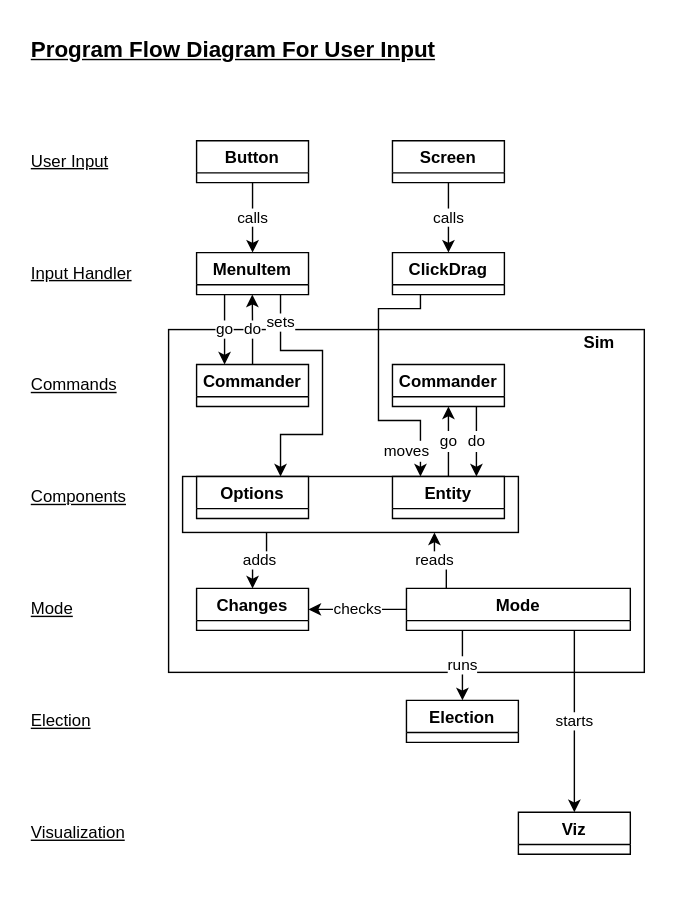
paretoman/votekit keeps this draw.io diagram as tutorial/programFlow.drawio.svg. Above is the earlier version. Source tidied: cells renumbered, new cells last; positions are measured from the earlier drawing's top-left corner, leaving out a move shared by most shapes.
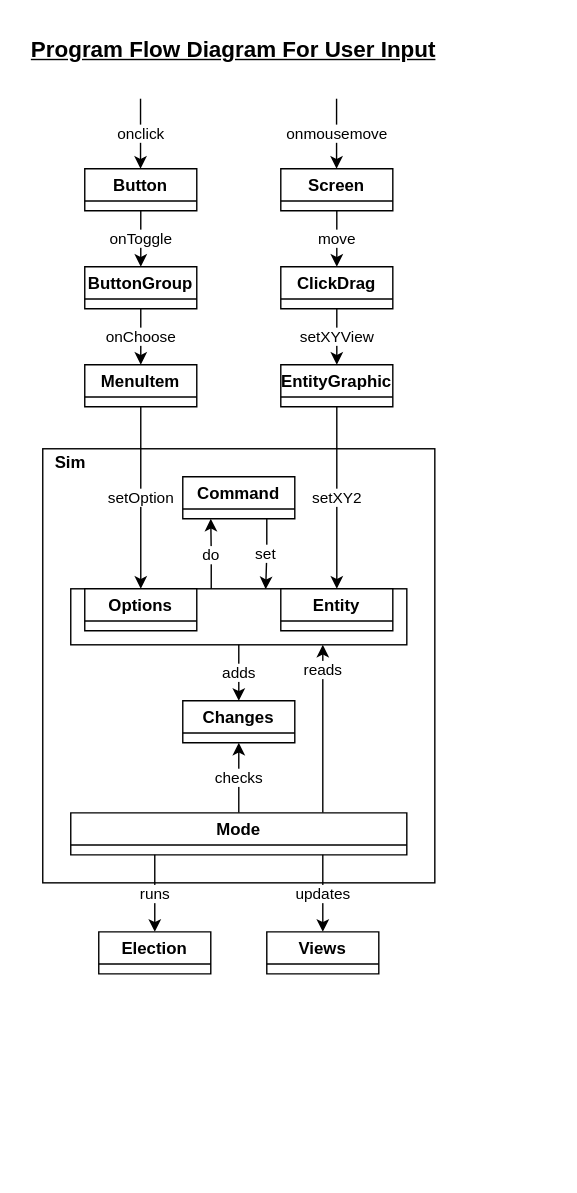
After the change.

Commit message:
Program flow diagram updated.

Change to the diagram source:
```diff
@@ -3,132 +3,121 @@
     <mxCell id="0" />
     <mxCell id="1" parent="0" />
     <mxCell id="2" style="rounded=0;whiteSpace=wrap;html=1;fontSize=16;strokeColor=none;fillColor=default;" parent="1" vertex="1">
-      <mxGeometry width="480" height="640" as="geometry" />
+      <mxGeometry width="410" height="850" as="geometry" />
     </mxCell>
     <mxCell id="3" style="rounded=0;whiteSpace=wrap;html=1;" parent="1" vertex="1">
-      <mxGeometry x="120" y="235" width="340" height="245" as="geometry" />
+      <mxGeometry x="30" y="320" width="280" height="310" as="geometry" />
     </mxCell>
+    <mxCell id="39" value="do" style="edgeStyle=orthogonalEdgeStyle;rounded=0;jettySize=auto;html=1;exitX=0.418;exitY=0.064;exitDx=0;exitDy=0;exitPerimeter=0;" parent="1" edge="1" source="4">
+      <mxGeometry relative="1" as="geometry">
+        <mxPoint x="150" y="370" as="targetPoint" />
+      </mxGeometry>
+    </mxCell>
     <mxCell id="4" style="rounded=0;whiteSpace=wrap;html=1;" parent="1" vertex="1">
-      <mxGeometry x="130" y="340" width="240" height="40" as="geometry" />
+      <mxGeometry x="50" y="420" width="240" height="40" as="geometry" />
     </mxCell>
-    <mxCell id="5" value="calls" style="edgeStyle=orthogonalEdgeStyle;rounded=0;jettySize=auto;html=1;exitX=0.5;exitY=1;exitDx=0;exitDy=0;entryX=0.5;entryY=0;entryDx=0;entryDy=0;" parent="1" edge="1" source="6" target="8">
+    <mxCell id="5" value="move" style="edgeStyle=orthogonalEdgeStyle;rounded=0;jettySize=auto;html=1;exitX=0.5;exitY=1;exitDx=0;exitDy=0;entryX=0.5;entryY=0;entryDx=0;entryDy=0;" parent="1" edge="1" source="6" target="8">
       <mxGeometry relative="1" as="geometry" />
     </mxCell>
     <mxCell id="6" value="Screen" style="swimlane;startSize=23;" parent="1" vertex="1" collapsed="1">
-      <mxGeometry x="280" y="100" width="80" height="30" as="geometry" />
+      <mxGeometry x="200" y="120" width="80" height="30" as="geometry" />
     </mxCell>
-    <mxCell id="7" value="&lt;font style=&quot;font-size: 11px;&quot;&gt;moves&lt;/font&gt;" style="edgeStyle=orthogonalEdgeStyle;rounded=0;jettySize=auto;html=1;entryX=0.25;entryY=0;entryDx=0;entryDy=0;fontSize=12;" parent="1" edge="1" target="13">
-      <mxGeometry x="0.81" y="-10" relative="1" as="geometry">
-        <mxPoint x="300" y="210" as="sourcePoint" />
-        <Array as="points">
-          <mxPoint x="300" y="220" />
-          <mxPoint x="270" y="220" />
-          <mxPoint x="270" y="300" />
-          <mxPoint x="300" y="300" />
-        </Array>
-      </mxGeometry>
-    </mxCell>
+    <mxCell id="40" value="setXYView" style="edgeStyle=orthogonalEdgeStyle;rounded=0;jettySize=auto;html=1;exitX=0.5;exitY=1;exitDx=0;exitDy=0;entryX=0.5;entryY=0;entryDx=0;entryDy=0;" parent="1" edge="1" source="8" target="45">
+      <mxGeometry relative="1" as="geometry" />
+    </mxCell>
     <mxCell id="8" value="ClickDrag" style="swimlane;startSize=23;" parent="1" vertex="1" collapsed="1">
-      <mxGeometry x="280" y="180" width="80" height="30" as="geometry" />
+      <mxGeometry x="200" y="190" width="80" height="30" as="geometry" />
     </mxCell>
-    <mxCell id="9" value="calls" style="edgeStyle=orthogonalEdgeStyle;rounded=0;jettySize=auto;html=1;exitX=0.5;exitY=1;exitDx=0;exitDy=0;entryX=0.5;entryY=0;entryDx=0;entryDy=0;" parent="1" edge="1" source="10" target="38">
-      <mxGeometry relative="1" as="geometry" />
-    </mxCell>
+    <mxCell id="41" value="onToggle" style="edgeStyle=orthogonalEdgeStyle;rounded=0;jettySize=auto;html=1;exitX=0.5;exitY=1;exitDx=0;exitDy=0;entryX=0.5;entryY=0;entryDx=0;entryDy=0;" parent="1" edge="1" source="10" target="49">
+      <mxGeometry relative="1" as="geometry" />
+    </mxCell>
     <mxCell id="10" value="Button" style="swimlane;startSize=23;" parent="1" vertex="1" collapsed="1">
-      <mxGeometry x="140" y="100" width="80" height="30" as="geometry" />
+      <mxGeometry x="60" y="120" width="80" height="30" as="geometry" />
     </mxCell>
-    <mxCell id="11" value="adds" style="edgeStyle=orthogonalEdgeStyle;rounded=0;jettySize=auto;html=1;entryX=0.5;entryY=0;entryDx=0;entryDy=0;exitX=0.25;exitY=1;exitDx=0;exitDy=0;" parent="1" edge="1" source="4" target="14">
+    <mxCell id="11" value="adds" style="edgeStyle=orthogonalEdgeStyle;rounded=0;jettySize=auto;html=1;entryX=0.5;entryY=0;entryDx=0;entryDy=0;exitX=0.5;exitY=1;exitDx=0;exitDy=0;" parent="1" edge="1" source="4" target="14">
       <mxGeometry relative="1" as="geometry" />
     </mxCell>
-    <mxCell id="12" value="&lt;font style=&quot;font-size: 11px;&quot;&gt;go&lt;/font&gt;" style="edgeStyle=orthogonalEdgeStyle;rounded=0;jettySize=auto;html=1;exitX=0.5;exitY=0;exitDx=0;exitDy=0;entryX=0.5;entryY=1;entryDx=0;entryDy=0;fontSize=12;" parent="1" edge="1" source="13" target="32">
-      <mxGeometry relative="1" as="geometry" />
-    </mxCell>
     <mxCell id="13" value="Entity" style="swimlane;startSize=23;" parent="1" vertex="1" collapsed="1">
-      <mxGeometry x="280" y="340" width="80" height="30" as="geometry" />
+      <mxGeometry x="200" y="420" width="80" height="30" as="geometry" />
     </mxCell>
     <mxCell id="14" value="Changes" style="swimlane;startSize=23;" parent="1" vertex="1" collapsed="1">
-      <mxGeometry x="140" y="420" width="80" height="30" as="geometry" />
+      <mxGeometry x="130" y="500" width="80" height="30" as="geometry" />
     </mxCell>
+    <mxCell id="18" value="reads" style="edgeStyle=orthogonalEdgeStyle;rounded=0;jettySize=auto;html=1;exitX=0.75;exitY=0;exitDx=0;exitDy=0;entryX=0.75;entryY=1;entryDx=0;entryDy=0;" parent="1" edge="1" source="19" target="4">
+      <mxGeometry x="0.7" relative="1" as="geometry" />
+    </mxCell>
-    <mxCell id="15" value="checks" style="edgeStyle=orthogonalEdgeStyle;rounded=0;jettySize=auto;html=1;exitX=0;exitY=0.5;exitDx=0;exitDy=0;entryX=1;entryY=0.5;entryDx=0;entryDy=0;" parent="1" edge="1" source="19" target="14">
+    <mxCell id="15" value="checks" style="edgeStyle=orthogonalEdgeStyle;rounded=0;jettySize=auto;html=1;exitX=0.5;exitY=0;exitDx=0;exitDy=0;entryX=0.5;entryY=1;entryDx=0;entryDy=0;" parent="1" edge="1" source="19" target="14">
       <mxGeometry relative="1" as="geometry" />
     </mxCell>
+    <mxCell id="17" value="runs" style="edgeStyle=orthogonalEdgeStyle;rounded=0;jettySize=auto;html=1;exitX=0.25;exitY=1;exitDx=0;exitDy=0;entryX=0.5;entryY=0;entryDx=0;entryDy=0;" parent="1" edge="1" source="19" target="20">
+      <mxGeometry relative="1" as="geometry" />
+    </mxCell>
-    <mxCell id="16" value="starts" style="edgeStyle=orthogonalEdgeStyle;rounded=0;jettySize=auto;html=1;exitX=0.75;exitY=1;exitDx=0;exitDy=0;entryX=0.5;entryY=0;entryDx=0;entryDy=0;" parent="1" edge="1" source="19" target="21">
+    <mxCell id="16" value="updates" style="edgeStyle=orthogonalEdgeStyle;rounded=0;jettySize=auto;html=1;exitX=0.75;exitY=1;exitDx=0;exitDy=0;entryX=0.5;entryY=0;entryDx=0;entryDy=0;" parent="1" edge="1" source="19" target="21">
       <mxGeometry relative="1" as="geometry" />
     </mxCell>
-    <mxCell id="17" value="runs" style="edgeStyle=orthogonalEdgeStyle;rounded=0;jettySize=auto;html=1;exitX=0.25;exitY=1;exitDx=0;exitDy=0;entryX=0.5;entryY=0;entryDx=0;entryDy=0;" parent="1" edge="1" source="19" target="20">
-      <mxGeometry relative="1" as="geometry" />
-    </mxCell>
-    <mxCell id="18" value="reads" style="edgeStyle=orthogonalEdgeStyle;rounded=0;jettySize=auto;html=1;exitX=0.178;exitY=0.005;exitDx=0;exitDy=0;entryX=0.75;entryY=1;entryDx=0;entryDy=0;exitPerimeter=0;" parent="1" edge="1" source="19" target="4">
-      <mxGeometry x="0.18" relative="1" as="geometry" />
-    </mxCell>
     <mxCell id="19" value="Mode" style="swimlane;startSize=23;" parent="1" vertex="1" collapsed="1">
-      <mxGeometry x="290" y="420" width="160" height="30" as="geometry" />
+      <mxGeometry x="50" y="580" width="240" height="30" as="geometry" />
     </mxCell>
     <mxCell id="20" value="Election" style="swimlane;startSize=23;" parent="1" vertex="1" collapsed="1">
-      <mxGeometry x="290" y="500" width="80" height="30" as="geometry" />
+      <mxGeometry x="70" y="665" width="80" height="30" as="geometry" />
     </mxCell>
-    <mxCell id="21" value="Viz" style="swimlane;startSize=23;" parent="1" vertex="1" collapsed="1">
-      <mxGeometry x="370" y="580" width="80" height="30" as="geometry" />
+    <mxCell id="21" value="Views" style="swimlane;startSize=23;" parent="1" vertex="1" collapsed="1">
+      <mxGeometry x="190" y="665" width="80" height="30" as="geometry" />
     </mxCell>
-    <mxCell id="22" value="Input Handler" style="text;html=1;strokeColor=none;fillColor=none;align=left;verticalAlign=middle;whiteSpace=wrap;rounded=0;fontStyle=4;fixedWidth=0;imageWidth=24;" parent="1" vertex="1">
-      <mxGeometry x="20" y="180" width="120" height="30" as="geometry" />
-    </mxCell>
-    <mxCell id="23" value="Components" style="text;html=1;strokeColor=none;fillColor=none;align=left;verticalAlign=middle;whiteSpace=wrap;rounded=0;fontStyle=4;fixedWidth=0;imageWidth=24;" parent="1" vertex="1">
-      <mxGeometry x="20" y="340" width="120" height="30" as="geometry" />
-    </mxCell>
-    <mxCell id="24" value="Mode" style="text;html=1;strokeColor=none;fillColor=none;align=left;verticalAlign=middle;whiteSpace=wrap;rounded=0;fontStyle=4;fixedWidth=0;imageWidth=24;" parent="1" vertex="1">
-      <mxGeometry x="20" y="420" width="120" height="30" as="geometry" />
-    </mxCell>
-    <mxCell id="25" value="Election" style="text;html=1;strokeColor=none;fillColor=none;align=left;verticalAlign=middle;whiteSpace=wrap;rounded=0;fontStyle=4;fixedWidth=0;imageWidth=24;" parent="1" vertex="1">
-      <mxGeometry x="20" y="500" width="120" height="30" as="geometry" />
-    </mxCell>
-    <mxCell id="26" value="&lt;div&gt;Visualization&lt;/div&gt;" style="text;html=1;strokeColor=none;fillColor=none;align=left;verticalAlign=middle;whiteSpace=wrap;rounded=0;fontStyle=4;fixedWidth=0;imageWidth=24;" parent="1" vertex="1">
-      <mxGeometry x="20" y="580" width="120" height="30" as="geometry" />
-    </mxCell>
-    <mxCell id="27" value="User Input" style="text;html=1;strokeColor=none;fillColor=none;align=left;verticalAlign=middle;whiteSpace=wrap;rounded=0;fontStyle=4;fixedWidth=0;imageWidth=24;" parent="1" vertex="1">
-      <mxGeometry x="20" y="100" width="120" height="30" as="geometry" />
-    </mxCell>
     <mxCell id="28" value="&lt;b&gt;&lt;font style=&quot;font-size: 16px;&quot;&gt;Program Flow Diagram For User Input&lt;/font&gt;&lt;br&gt;&lt;/b&gt;" style="text;html=1;align=left;verticalAlign=middle;strokeColor=none;fillColor=none;fontStyle=4;" parent="1" vertex="1">
       <mxGeometry x="20" y="20" width="310" height="30" as="geometry" />
     </mxCell>
     <mxCell id="29" value="&lt;b&gt;Sim&lt;/b&gt;" style="text;html=1;strokeColor=none;fillColor=none;align=center;verticalAlign=middle;whiteSpace=wrap;rounded=0;" parent="1" vertex="1">
-      <mxGeometry x="400" y="230" width="56" height="30" as="geometry" />
+      <mxGeometry x="30" y="320" width="40" height="20" as="geometry" />
     </mxCell>
     <mxCell id="30" value="Options" style="swimlane;startSize=23;" parent="1" vertex="1" collapsed="1">
-      <mxGeometry x="140" y="340" width="80" height="30" as="geometry" />
+      <mxGeometry x="60" y="420" width="80" height="30" as="geometry" />
     </mxCell>
-    <mxCell id="31" value="&lt;font style=&quot;font-size: 11px;&quot;&gt;do&lt;/font&gt;" style="edgeStyle=orthogonalEdgeStyle;rounded=0;jettySize=auto;html=1;exitX=0.75;exitY=1;exitDx=0;exitDy=0;entryX=0.75;entryY=0;entryDx=0;entryDy=0;fontSize=12;" parent="1" edge="1" source="32" target="13">
-      <mxGeometry relative="1" as="geometry" />
-    </mxCell>
-    <mxCell id="32" value="Commander" style="swimlane;startSize=23;" parent="1" vertex="1" collapsed="1">
-      <mxGeometry x="280" y="260" width="80" height="30" as="geometry" />
-    </mxCell>
-    <mxCell id="33" value="Commands" style="text;html=1;strokeColor=none;fillColor=none;align=left;verticalAlign=middle;whiteSpace=wrap;rounded=0;fontStyle=4;fixedWidth=0;imageWidth=24;" parent="1" vertex="1">
-      <mxGeometry x="20" y="260" width="120" height="30" as="geometry" />
-    </mxCell>
-    <mxCell id="34" value="do" style="edgeStyle=orthogonalEdgeStyle;rounded=0;jettySize=auto;html=1;exitX=0.5;exitY=0;exitDx=0;exitDy=0;" parent="1" edge="1" source="35">
-      <mxGeometry relative="1" as="geometry">
-        <mxPoint x="179.8" y="210" as="targetPoint" />
-      </mxGeometry>
-    </mxCell>
-    <mxCell id="35" value="Commander" style="swimlane;startSize=23;" parent="1" vertex="1" collapsed="1">
-      <mxGeometry x="140" y="260" width="80" height="30" as="geometry" />
-    </mxCell>
-    <mxCell id="36" value="go" style="edgeStyle=orthogonalEdgeStyle;rounded=0;jettySize=auto;html=1;exitX=0.25;exitY=1;exitDx=0;exitDy=0;entryX=0.25;entryY=0;entryDx=0;entryDy=0;" parent="1" edge="1" source="38" target="35">
-      <mxGeometry relative="1" as="geometry" />
-    </mxCell>
-    <mxCell id="37" value="sets" style="edgeStyle=orthogonalEdgeStyle;rounded=0;jettySize=auto;html=1;exitX=0.75;exitY=1;exitDx=0;exitDy=0;entryX=0.75;entryY=0;entryDx=0;entryDy=0;" parent="1" edge="1" source="38" target="30">
-      <mxGeometry x="-0.79" relative="1" as="geometry">
-        <Array as="points">
-          <mxPoint x="200" y="250" />
-          <mxPoint x="230" y="250" />
-          <mxPoint x="230" y="310" />
-          <mxPoint x="200" y="310" />
-        </Array>
-      </mxGeometry>
-    </mxCell>
+    <mxCell id="42" value="setOption" style="edgeStyle=orthogonalEdgeStyle;rounded=0;jettySize=auto;html=1;exitX=0.5;exitY=1;exitDx=0;exitDy=0;entryX=0.5;entryY=0;entryDx=0;entryDy=0;" parent="1" edge="1" source="38">
+      <mxGeometry relative="1" as="geometry">
+        <mxPoint x="100" y="420" as="targetPoint" />
+      </mxGeometry>
+    </mxCell>
     <mxCell id="38" value="MenuItem" style="swimlane;startSize=23;" parent="1" vertex="1" collapsed="1">
-      <mxGeometry x="140" y="180" width="80" height="30" as="geometry" />
+      <mxGeometry x="60" y="260" width="80" height="30" as="geometry" />
     </mxCell>
+    <mxCell id="43" style="edgeStyle=orthogonalEdgeStyle;rounded=0;orthogonalLoop=1;jettySize=auto;html=1;exitX=0.5;exitY=1;exitDx=0;exitDy=0;" parent="1" edge="1">
+      <mxGeometry relative="1" as="geometry">
+        <mxPoint x="100" y="450" as="sourcePoint" />
+        <mxPoint x="100" y="450" as="targetPoint" />
+      </mxGeometry>
+    </mxCell>
+    <mxCell id="44" value="setXY2" style="edgeStyle=orthogonalEdgeStyle;rounded=0;jettySize=auto;html=1;exitX=0.5;exitY=1;exitDx=0;exitDy=0;entryX=0.5;entryY=0;entryDx=0;entryDy=0;" parent="1" edge="1" source="45">
+      <mxGeometry relative="1" as="geometry">
+        <mxPoint x="240" y="420" as="targetPoint" />
+      </mxGeometry>
+    </mxCell>
+    <mxCell id="45" value="EntityGraphic" style="swimlane;startSize=23;" parent="1" vertex="1" collapsed="1">
+      <mxGeometry x="200" y="260" width="80" height="30" as="geometry" />
+    </mxCell>
+    <mxCell id="46" value="onclick" style="edgeStyle=orthogonalEdgeStyle;rounded=0;orthogonalLoop=1;jettySize=auto;html=1;exitX=0.5;exitY=1;exitDx=0;exitDy=0;entryX=0.5;entryY=0;entryDx=0;entryDy=0;" parent="1" edge="1">
+      <mxGeometry relative="1" as="geometry">
+        <mxPoint x="99.8" y="70" as="sourcePoint" />
+        <mxPoint x="99.8" y="120" as="targetPoint" />
+      </mxGeometry>
+    </mxCell>
+    <mxCell id="47" value="onmousemove" style="edgeStyle=orthogonalEdgeStyle;rounded=0;orthogonalLoop=1;jettySize=auto;html=1;exitX=0.5;exitY=1;exitDx=0;exitDy=0;entryX=0.5;entryY=0;entryDx=0;entryDy=0;" parent="1" edge="1">
+      <mxGeometry relative="1" as="geometry">
+        <mxPoint x="239.8" y="70" as="sourcePoint" />
+        <mxPoint x="239.8" y="120" as="targetPoint" />
+      </mxGeometry>
+    </mxCell>
+    <mxCell id="48" value="onChoose" style="edgeStyle=orthogonalEdgeStyle;rounded=0;jettySize=auto;html=1;exitX=0.5;exitY=1;exitDx=0;exitDy=0;entryX=0.5;entryY=0;entryDx=0;entryDy=0;" parent="1" edge="1" source="49" target="38">
+      <mxGeometry relative="1" as="geometry" />
+    </mxCell>
+    <mxCell id="49" value="ButtonGroup" style="swimlane;startSize=23;" parent="1" vertex="1" collapsed="1">
+      <mxGeometry x="60" y="190" width="80" height="30" as="geometry" />
+    </mxCell>
+    <mxCell id="50" value="set" style="edgeStyle=orthogonalEdgeStyle;rounded=0;jettySize=auto;html=1;exitX=0.75;exitY=1;exitDx=0;exitDy=0;entryX=0.58;entryY=0.008;entryDx=0;entryDy=0;entryPerimeter=0;" parent="1" edge="1" source="51" target="4">
+      <mxGeometry relative="1" as="geometry" />
+    </mxCell>
+    <mxCell id="51" value="Command" style="swimlane;startSize=23;" parent="1" vertex="1" collapsed="1">
+      <mxGeometry x="130" y="340" width="80" height="30" as="geometry" />
+    </mxCell>
   </root>
 </mxGraphModel>
```
